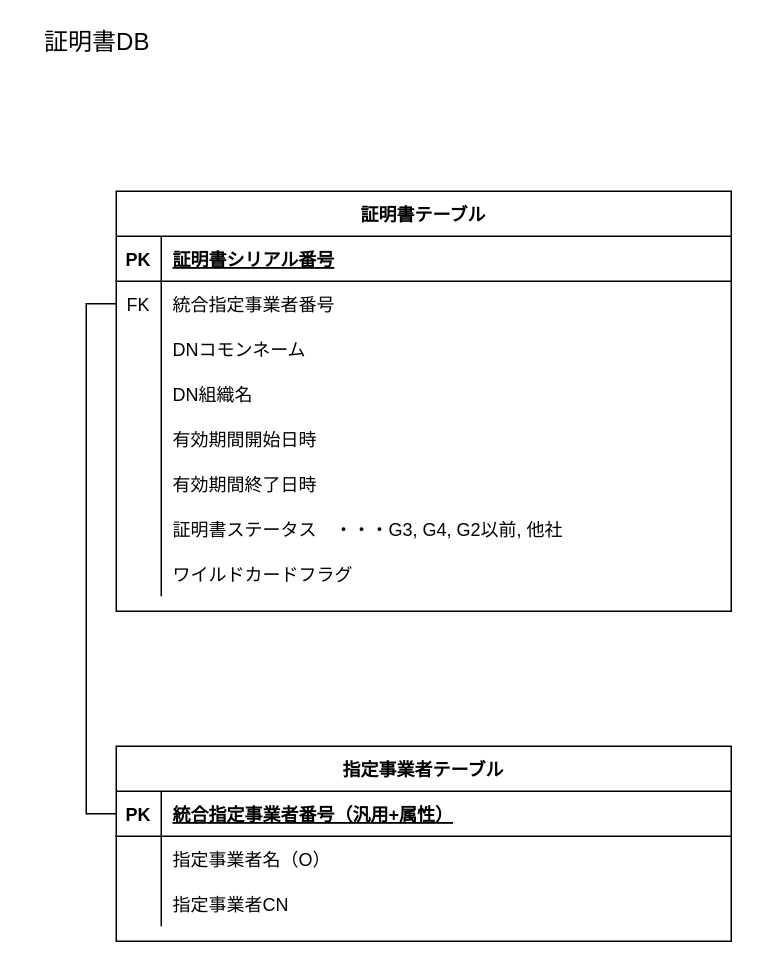
The draw.io diagram page "ER図" (3 of 6) of UMLDiagram.drawio in r-asano/kaihatsubuKenshu, before the edit. Source tidied: cells renumbered, new cells numbered last; positions are measured from the earlier drawing's top-left corner, leaving out a move shared by most shapes. Both pictures are drawn from the tidied source at 150%, with x=0, y=0 at pixel (26, 26).
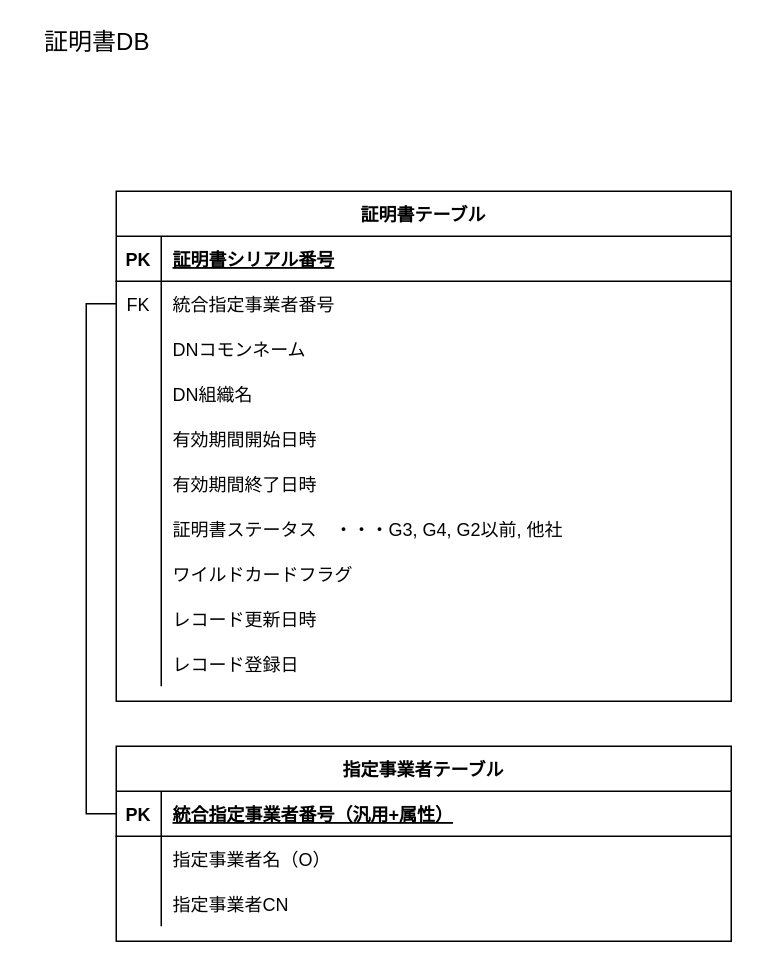
The same page after the edit.

Commit message:
証明書テーブルの更新

What changed in the source:
```diff
@@
     <mxCell id="2" value="証明書テーブル" style="shape=table;startSize=30;childLayout=tableLayout;rowLines=0;fontStyle=1;align=center;" parent="1" vertex="1">
-      <mxGeometry x="60" y="110" width="410" height="280" as="geometry" />
+      <mxGeometry x="60" y="110" width="410" height="340" as="geometry" />
     </mxCell>
@@
+    <mxCell id="39" style="shape=partialRectangle;fillColor=none;top=0;left=0;right=0;bottom=0;" parent="2" vertex="1">
+      <mxGeometry y="270" width="410" height="30" as="geometry" />
+    </mxCell>
+    <mxCell id="40" style="shape=partialRectangle;overflow=hidden;fillColor=none;top=0;left=0;bottom=0;right=0;" parent="39" vertex="1">
+      <mxGeometry width="30" height="30" as="geometry" />
+    </mxCell>
+    <mxCell id="41" value="レコード更新日時" style="shape=partialRectangle;overflow=hidden;fillColor=none;top=0;left=0;bottom=0;right=0;align=left;spacingLeft=6;" parent="39" vertex="1">
+      <mxGeometry x="30" width="380" height="30" as="geometry" />
+    </mxCell>
+    <mxCell id="42" style="shape=partialRectangle;fillColor=none;top=0;left=0;right=0;bottom=0;" parent="2" vertex="1">
+      <mxGeometry y="300" width="410" height="30" as="geometry" />
+    </mxCell>
+    <mxCell id="43" style="shape=partialRectangle;overflow=hidden;fillColor=none;top=0;left=0;bottom=0;right=0;" parent="42" vertex="1">
+      <mxGeometry width="30" height="30" as="geometry" />
+    </mxCell>
+    <mxCell id="44" value="レコード登録日" style="shape=partialRectangle;overflow=hidden;fillColor=none;top=0;left=0;bottom=0;right=0;align=left;spacingLeft=6;" parent="42" vertex="1">
+      <mxGeometry x="30" width="380" height="30" as="geometry" />
+    </mxCell>
```
